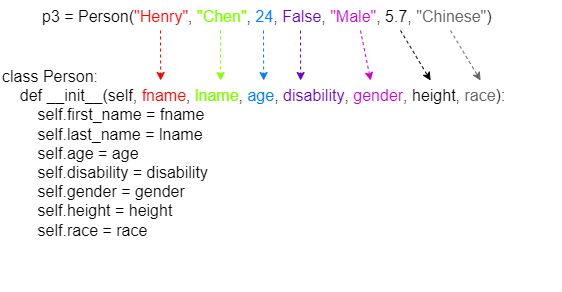
hchen98/fusionEdu_python_l2 keeps this draw.io diagram as assets/imgs/oop2.png. Above is the earlier version. Source tidied: cells renumbered, new cells last; positions are measured from the earlier drawing's top-left corner, leaving out a move shared by most shapes.
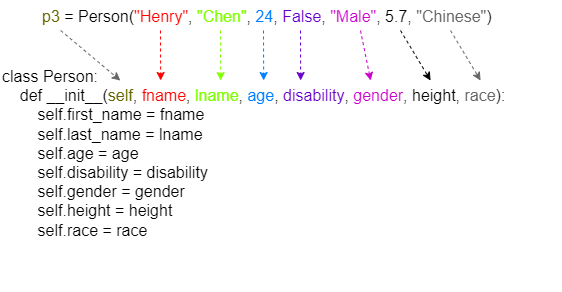
After the commit.

Commit message:
Update: new example of intro to OOP

The edit, as a diff of the source:
```diff
@@ -2,10 +2,10 @@
   <root>
     <mxCell id="0" />
     <mxCell id="1" parent="0" />
-    <mxCell id="2" value="class Person:&lt;br&gt;&amp;nbsp; &amp;nbsp; def __init__(self, &lt;font color=&quot;#ff0000&quot;&gt;fname&lt;/font&gt;, &lt;font color=&quot;#80ff00&quot;&gt;lname&lt;/font&gt;, &lt;font color=&quot;#007fff&quot;&gt;age&lt;/font&gt;, &lt;font color=&quot;#6600cc&quot;&gt;disability&lt;/font&gt;, &lt;font color=&quot;#cc00cc&quot;&gt;gender&lt;/font&gt;, height, &lt;font color=&quot;#666666&quot;&gt;race&lt;/font&gt;):&lt;br&gt;&amp;nbsp; &amp;nbsp; &amp;nbsp; &amp;nbsp; self.first_name = fname&lt;br&gt;&amp;nbsp; &amp;nbsp; &amp;nbsp; &amp;nbsp; self.last_name = lname&lt;br&gt;&amp;nbsp; &amp;nbsp; &amp;nbsp; &amp;nbsp; self.age = age&lt;br&gt;&amp;nbsp; &amp;nbsp; &amp;nbsp; &amp;nbsp; self.disability = disability&lt;br&gt;&amp;nbsp; &amp;nbsp; &amp;nbsp; &amp;nbsp; self.gender = gender&lt;br&gt;&amp;nbsp; &amp;nbsp; &amp;nbsp; &amp;nbsp; self.height = height&lt;br&gt;&amp;nbsp; &amp;nbsp; &amp;nbsp; &amp;nbsp; self.race = race" style="text;whiteSpace=wrap;html=1;fontSize=16;" parent="1" vertex="1">
+    <mxCell id="2" value="class Person:&lt;br&gt;&amp;nbsp; &amp;nbsp; def __init__(&lt;font color=&quot;#666600&quot;&gt;self&lt;/font&gt;, &lt;font color=&quot;#ff0000&quot;&gt;fname&lt;/font&gt;, &lt;font color=&quot;#80ff00&quot;&gt;lname&lt;/font&gt;, &lt;font color=&quot;#007fff&quot;&gt;age&lt;/font&gt;, &lt;font color=&quot;#6600cc&quot;&gt;disability&lt;/font&gt;, &lt;font color=&quot;#cc00cc&quot;&gt;gender&lt;/font&gt;, height, &lt;font color=&quot;#666666&quot;&gt;race&lt;/font&gt;):&lt;br&gt;&amp;nbsp; &amp;nbsp; &amp;nbsp; &amp;nbsp; self.first_name = fname&lt;br&gt;&amp;nbsp; &amp;nbsp; &amp;nbsp; &amp;nbsp; self.last_name = lname&lt;br&gt;&amp;nbsp; &amp;nbsp; &amp;nbsp; &amp;nbsp; self.age = age&lt;br&gt;&amp;nbsp; &amp;nbsp; &amp;nbsp; &amp;nbsp; self.disability = disability&lt;br&gt;&amp;nbsp; &amp;nbsp; &amp;nbsp; &amp;nbsp; self.gender = gender&lt;br&gt;&amp;nbsp; &amp;nbsp; &amp;nbsp; &amp;nbsp; self.height = height&lt;br&gt;&amp;nbsp; &amp;nbsp; &amp;nbsp; &amp;nbsp; self.race = race" style="text;whiteSpace=wrap;html=1;fontSize=16;" parent="1" vertex="1">
       <mxGeometry y="60" width="560" height="230" as="geometry" />
     </mxCell>
-    <mxCell id="3" value="p3 = Person(&lt;font color=&quot;#ff0000&quot;&gt;&quot;Henry&quot;&lt;/font&gt;, &lt;font color=&quot;#80ff00&quot;&gt;&quot;Chen&quot;&lt;/font&gt;, &lt;font color=&quot;#007fff&quot;&gt;24&lt;/font&gt;, &lt;font color=&quot;#6600cc&quot;&gt;False&lt;/font&gt;, &lt;font color=&quot;#cc00cc&quot;&gt;&quot;Male&quot;&lt;/font&gt;, 5.7, &lt;font color=&quot;#666666&quot;&gt;&quot;Chinese&quot;&lt;/font&gt;)" style="text;whiteSpace=wrap;html=1;fontSize=16;" parent="1" vertex="1">
+    <mxCell id="3" value="&lt;font color=&quot;#666600&quot;&gt;p3&lt;/font&gt; = Person(&lt;font color=&quot;#ff0000&quot;&gt;&quot;Henry&quot;&lt;/font&gt;, &lt;font color=&quot;#80ff00&quot;&gt;&quot;Chen&quot;&lt;/font&gt;, &lt;font color=&quot;#007fff&quot;&gt;24&lt;/font&gt;, &lt;font color=&quot;#6600cc&quot;&gt;False&lt;/font&gt;, &lt;font color=&quot;#cc00cc&quot;&gt;&quot;Male&quot;&lt;/font&gt;, 5.7, &lt;font color=&quot;#666666&quot;&gt;&quot;Chinese&quot;&lt;/font&gt;)" style="text;whiteSpace=wrap;html=1;fontSize=16;" parent="1" vertex="1">
       <mxGeometry x="40" width="480" height="40" as="geometry" />
     </mxCell>
     <mxCell id="4" style="endArrow=classic;html=1;rounded=0;dashed=1;fontSize=16;fontColor=#666666;exitX=0.25;exitY=0.75;exitDx=0;exitDy=0;exitPerimeter=0;entryX=0.286;entryY=0.087;entryDx=0;entryDy=0;entryPerimeter=0;strokeColor=#FF0000;" parent="1" edge="1" source="3" target="2">
@@ -45,5 +45,8 @@
         <mxPoint x="480.1" y="80" as="targetPoint" />
       </mxGeometry>
     </mxCell>
+    <mxCell id="11" style="endArrow=classic;html=1;rounded=0;dashed=1;fontSize=16;fontColor=#666666;exitX=0.042;exitY=0.75;exitDx=0;exitDy=0;exitPerimeter=0;strokeColor=#666666;entryX=0.214;entryY=0.087;entryDx=0;entryDy=0;entryPerimeter=0;" parent="1" edge="1" source="3" target="2">
+      <mxGeometry relative="1" as="geometry" />
+    </mxCell>
   </root>
 </mxGraphModel>
```
